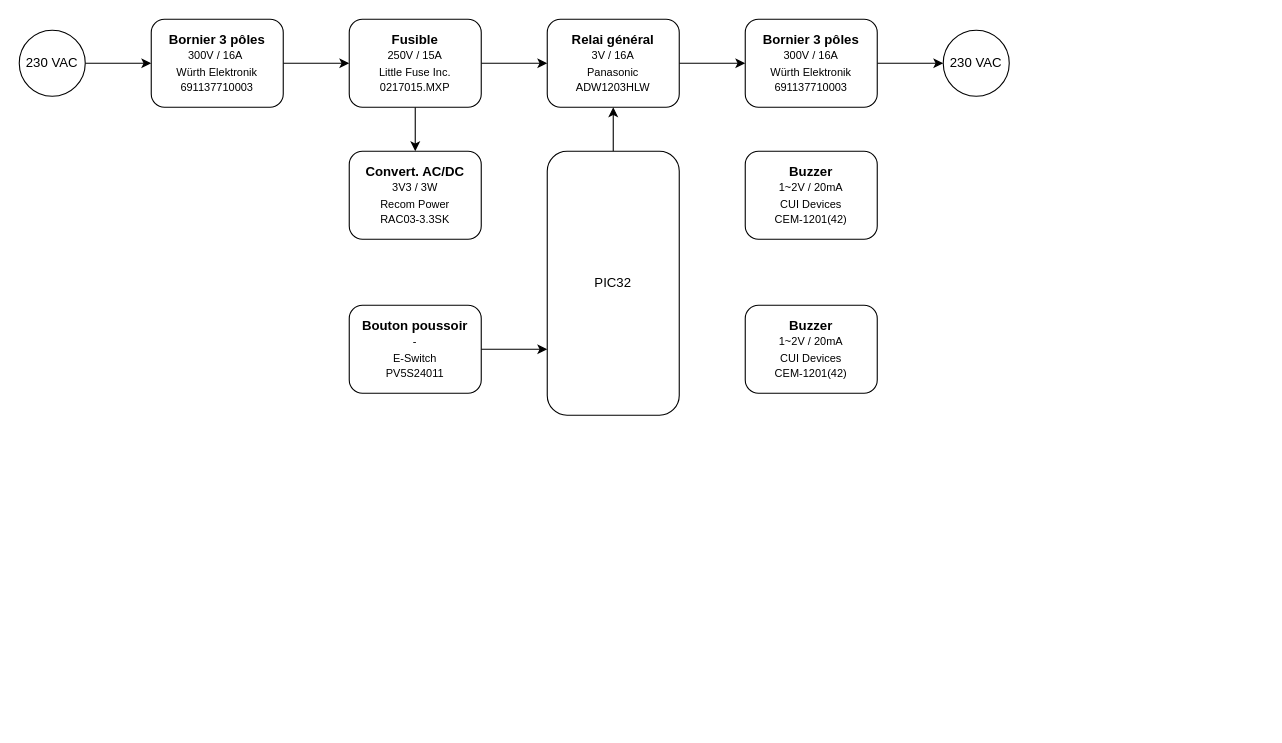
Earlier version of the draw.io diagram doc/schemas-blocs/2312_SchemaBloc_Hardware.drawio (Miguel-SLO/2312_BadgePlace). Source tidied: cells renumbered, new cells numbered last; positions are measured from the earlier drawing's top-left corner, leaving out a move shared by most shapes. Both pictures are drawn from the tidied source at 110%, with x=0, y=0 at pixel (19, 19).
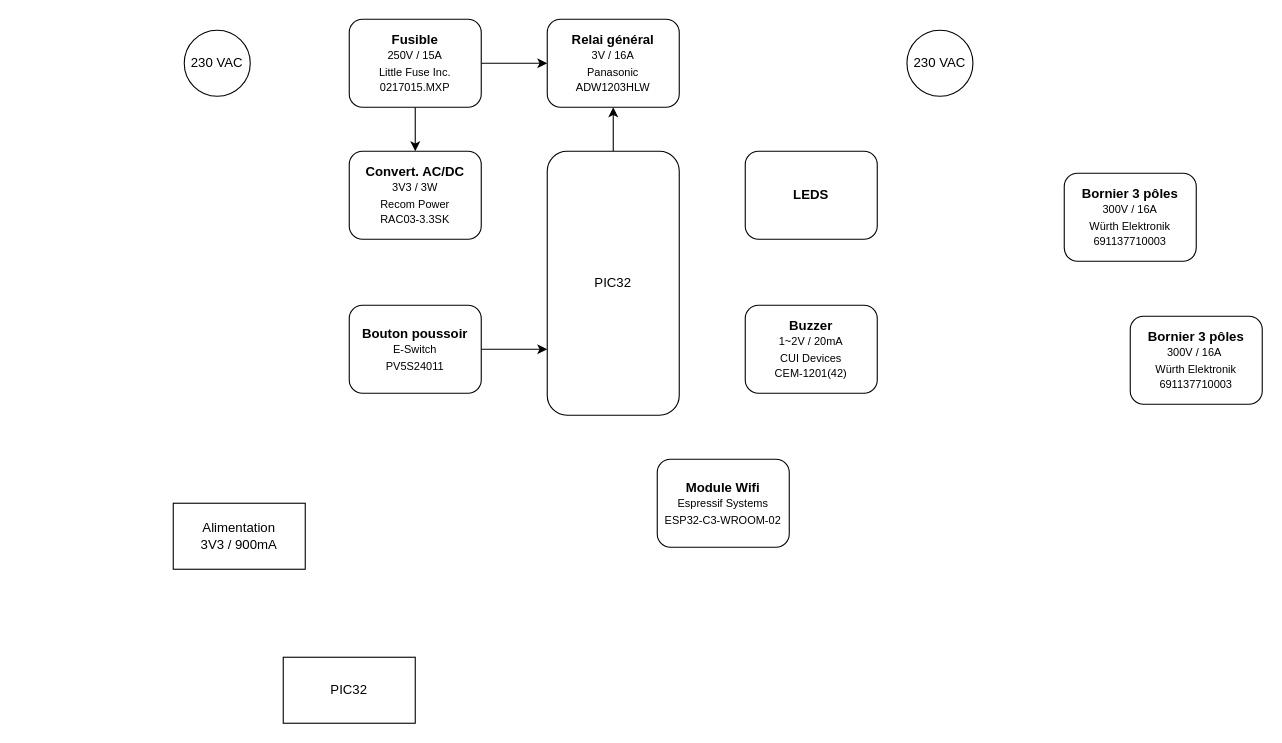
Above is the later version.

The change refers to these unchanged cells:
```xml
<mxCell id="10" value="&lt;b&gt;Relai général&lt;/b&gt;&lt;br&gt;&lt;font style=&quot;font-size: 10px;&quot;&gt;3V / 16A&lt;br&gt;Panasonic&lt;br&gt;ADW1203HLW&lt;/font&gt;" style="rounded=1;whiteSpace=wrap;html=1;gradientColor=none;fillColor=#FFFFFF;" parent="1" vertex="1">
  <mxGeometry x="480" width="120" height="80" as="geometry" />
</mxCell>
<mxCell id="17" value="&lt;b&gt;Fusible&lt;br&gt;&lt;/b&gt;&lt;font style=&quot;font-size: 10px;&quot;&gt;250V / 15A&lt;br&gt;Little Fuse Inc.&lt;br&gt;0217015.MXP&lt;/font&gt;" style="rounded=1;whiteSpace=wrap;html=1;fillColor=#FFFFFF;" parent="1" vertex="1">
  <mxGeometry x="300" width="120" height="80" as="geometry" />
</mxCell>
```

Change to the diagram source:
```diff
@@
-    <mxCell id="2" style="edgeStyle=orthogonalEdgeStyle;rounded=0;jettySize=auto;html=1;" parent="1" edge="1" source="3" target="17">
-      <mxGeometry relative="1" as="geometry" />
-    </mxCell>
     <mxCell id="3" value="&lt;b&gt;Bornier 3 pôles&lt;/b&gt;&lt;br&gt;&lt;font style=&quot;font-size: 10px;&quot;&gt;300V / 16A&amp;nbsp;&lt;br&gt;Würth Elektronik&lt;br&gt;691137710003&lt;/font&gt;" style="rounded=1;whiteSpace=wrap;html=1;fillColor=#FFFFFF;" parent="1" vertex="1">
-      <mxGeometry x="120" width="120" height="80" as="geometry" />
+      <mxGeometry x="1010" y="270" width="120" height="80" as="geometry" />
     </mxCell>
-    <mxCell id="4" style="edgeStyle=orthogonalEdgeStyle;rounded=0;jettySize=auto;html=1;" parent="1" edge="1" source="5" target="8">
-      <mxGeometry relative="1" as="geometry" />
-    </mxCell>
     <mxCell id="5" value="&lt;b&gt;Bornier 3 pôles&lt;/b&gt;&lt;br&gt;&lt;font style=&quot;font-size: 10px;&quot;&gt;300V / 16A&lt;br&gt;Würth Elektronik&lt;br&gt;691137710003&lt;/font&gt;" style="rounded=1;whiteSpace=wrap;html=1;fillColor=#FFFFFF;" parent="1" vertex="1">
-      <mxGeometry x="660" width="120" height="80" as="geometry" />
+      <mxGeometry x="950" y="140" width="120" height="80" as="geometry" />
     </mxCell>
-    <mxCell id="6" style="edgeStyle=orthogonalEdgeStyle;rounded=0;jettySize=auto;html=1;exitX=1;exitY=0.5;exitDx=0;exitDy=0;entryX=0;entryY=0.5;entryDx=0;entryDy=0;" parent="1" edge="1" source="7" target="3">
-      <mxGeometry relative="1" as="geometry" />
-    </mxCell>
     <mxCell id="7" value="230 VAC" style="ellipse;whiteSpace=wrap;html=1;fillColor=#FFFFFF;" parent="1" vertex="1">
-      <mxGeometry y="10" width="60" height="60" as="geometry" />
+      <mxGeometry x="150" y="10" width="60" height="60" as="geometry" />
     </mxCell>
     <mxCell id="8" value="230 VAC" style="ellipse;whiteSpace=wrap;html=1;fillColor=#FFFFFF;" parent="1" vertex="1">
-      <mxGeometry x="840" y="10" width="60" height="60" as="geometry" />
+      <mxGeometry x="807" y="10" width="60" height="60" as="geometry" />
     </mxCell>
-    <mxCell id="9" style="edgeStyle=orthogonalEdgeStyle;rounded=0;jettySize=auto;html=1;" parent="1" edge="1" source="10" target="5">
-      <mxGeometry relative="1" as="geometry" />
-    </mxCell>
@@
-    <mxCell id="14" value="&lt;b&gt;Buzzer&lt;/b&gt;&lt;br&gt;&lt;font style=&quot;font-size: 10px;&quot;&gt;1~2V / 20mA&lt;br&gt;CUI Devices&lt;br&gt;CEM-1201(42)&lt;/font&gt;" style="rounded=1;whiteSpace=wrap;html=1;" parent="1" vertex="1">
+    <mxCell id="14" value="&lt;b&gt;LEDS&lt;br&gt;&lt;/b&gt;" style="rounded=1;whiteSpace=wrap;html=1;" parent="1" vertex="1">
       <mxGeometry x="660" y="120" width="120" height="80" as="geometry" />
     </mxCell>
@@
-    <mxCell id="20" value="&lt;b style=&quot;&quot;&gt;&lt;font style=&quot;font-size: 12px;&quot;&gt;Bouton poussoir&lt;/font&gt;&lt;br&gt;&lt;/b&gt;&lt;font style=&quot;font-size: 10px;&quot;&gt;-&lt;br&gt;E-Switch&lt;br&gt;PV5S24011&lt;/font&gt;" style="rounded=1;whiteSpace=wrap;html=1;" parent="1" vertex="1">
+    <mxCell id="20" value="&lt;b style=&quot;&quot;&gt;&lt;font style=&quot;font-size: 12px;&quot;&gt;Bouton poussoir&lt;/font&gt;&lt;/b&gt;&lt;font style=&quot;font-size: 10px;&quot;&gt;&lt;br&gt;E-Switch&lt;br&gt;PV5S24011&lt;/font&gt;" style="rounded=1;whiteSpace=wrap;html=1;" parent="1" vertex="1">
       <mxGeometry x="300" y="260" width="120" height="80" as="geometry" />
     </mxCell>
+    <mxCell id="21" value="&lt;font style=&quot;&quot;&gt;&lt;b&gt;Module Wifi&lt;br&gt;&lt;/b&gt;&lt;/font&gt;&lt;font style=&quot;font-size: 10px;&quot;&gt;Espressif Systems&lt;br&gt;ESP32-C3-WROOM-02&lt;/font&gt;" style="rounded=1;whiteSpace=wrap;html=1;" parent="1" vertex="1">
+      <mxGeometry x="580" y="400" width="120" height="80" as="geometry" />
+    </mxCell>
+    <mxCell id="22" value="Alimentation&lt;br&gt;3V3 / 900mA" style="rounded=0;whiteSpace=wrap;html=1;" parent="1" vertex="1">
+      <mxGeometry x="140" y="440" width="120" height="60" as="geometry" />
+    </mxCell>
+    <mxCell id="23" value="PIC32" style="rounded=0;whiteSpace=wrap;html=1;" parent="1" vertex="1">
+      <mxGeometry x="240" y="580" width="120" height="60" as="geometry" />
+    </mxCell>
```
